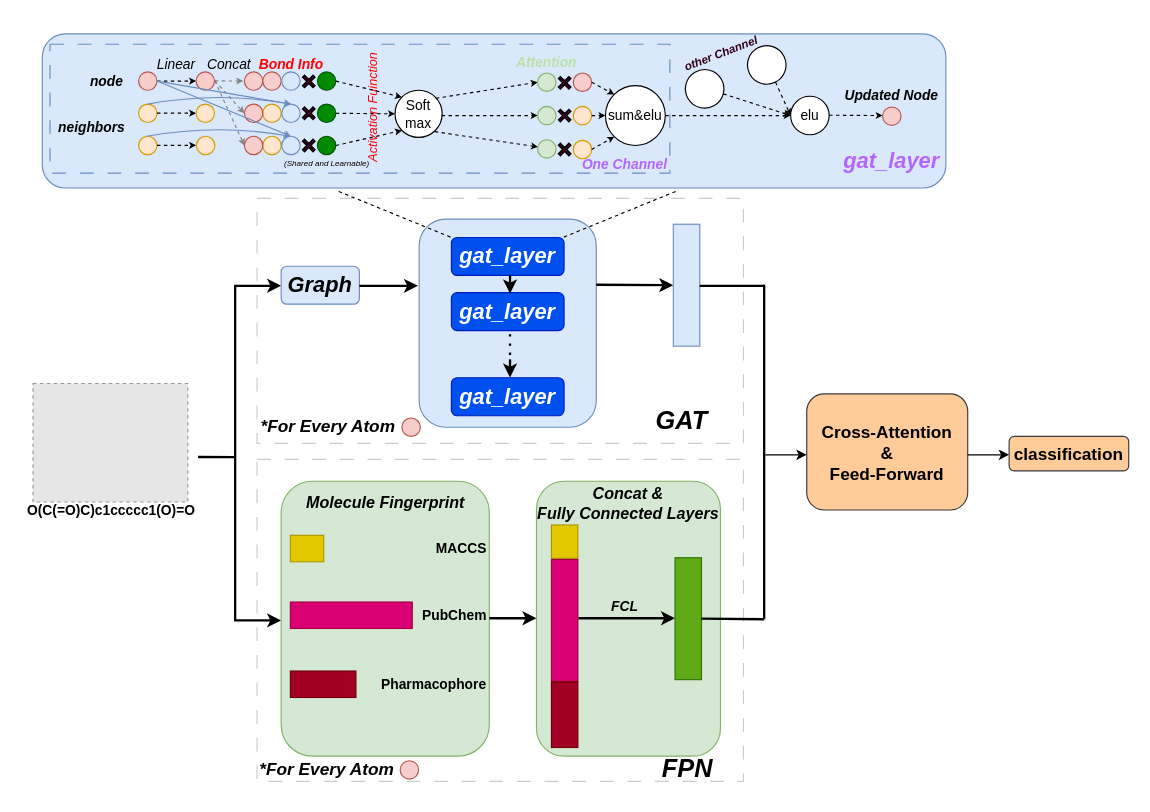
The draw.io diagram presentation/figure/pipeline.drawio in Github-Anderson/CS182-Project, before the edit. Source tidied: cells renumbered, new cells numbered last; positions are measured from the earlier drawing's top-left corner, leaving out a move shared by most shapes. Both pictures are drawn from the tidied source at 115%, with x=0, y=0 at pixel (18, 33). Pictures stored in the file or linked from it are replaced by grey dashed boxes.
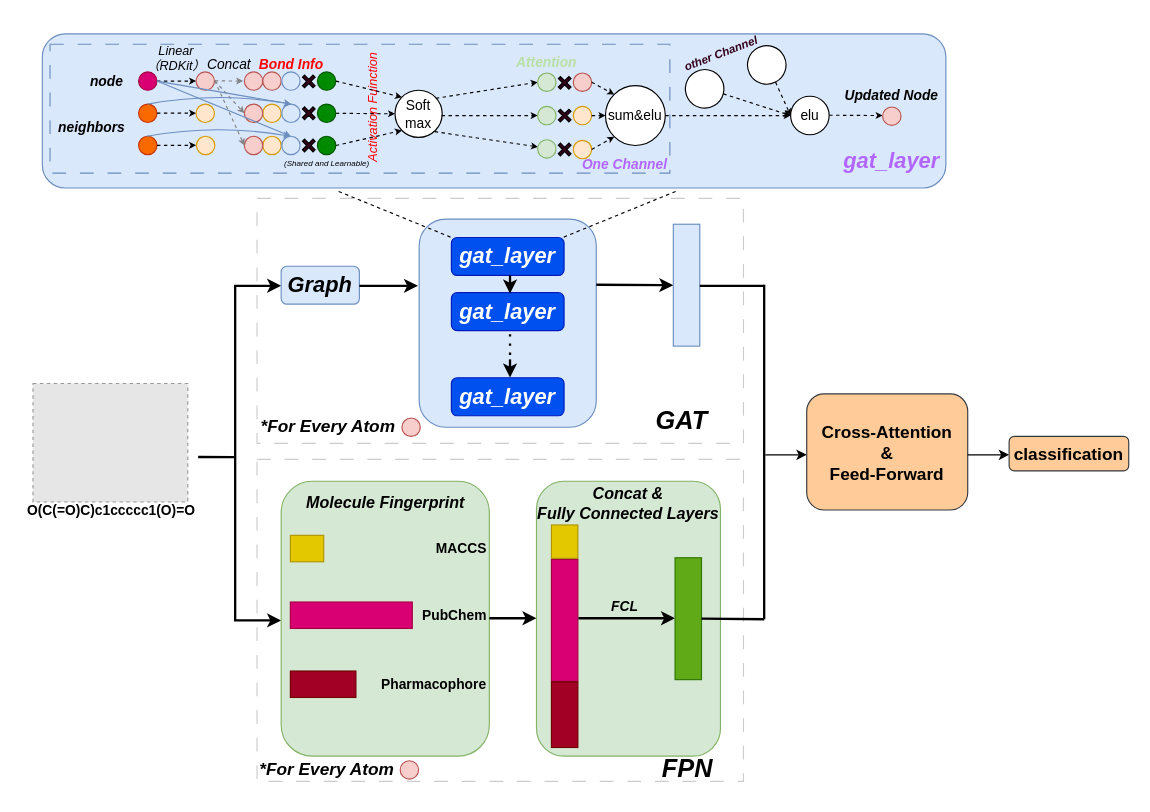
After the change.

Diff of the diagram source:
```diff
@@
-    <mxCell id="40" style="ellipse;whiteSpace=wrap;html=1;fillColor=#f8cecc;strokeColor=#b85450;" parent="1" vertex="1">
+    <mxCell id="40" style="ellipse;whiteSpace=wrap;html=1;fillColor=#d80073;strokeColor=#A50040;fontColor=#ffffff;" parent="1" vertex="1">
       <mxGeometry x="104" y="33" width="16" height="16" as="geometry" />
     </mxCell>
-    <mxCell id="41" style="ellipse;whiteSpace=wrap;html=1;fillColor=#ffe6cc;strokeColor=#d79b00;" parent="1" vertex="1">
+    <mxCell id="41" style="ellipse;whiteSpace=wrap;html=1;fillColor=#fa6800;strokeColor=#C73500;fontColor=#000000;" parent="1" vertex="1">
       <mxGeometry x="104" y="61" width="16" height="16" as="geometry" />
     </mxCell>
-    <mxCell id="42" style="ellipse;whiteSpace=wrap;html=1;fillColor=#ffe6cc;strokeColor=#d79b00;" parent="1" vertex="1">
+    <mxCell id="42" style="ellipse;whiteSpace=wrap;html=1;fillColor=#fa6800;strokeColor=#C73500;fontColor=#000000;" parent="1" vertex="1">
       <mxGeometry x="104" y="89" width="16" height="16" as="geometry" />
     </mxCell>
@@
-    <mxCell id="48" value="Linear" style="text;html=1;align=center;verticalAlign=middle;whiteSpace=wrap;rounded=0;fontStyle=2;" parent="1" vertex="1">
-      <mxGeometry x="107" y="18" width="60" height="18" as="geometry" />
+    <mxCell id="48" value="&lt;font style=&quot;font-size: 11px;&quot;&gt;Linear&lt;/font&gt;&lt;div style=&quot;font-size: 11px;&quot;&gt;&lt;font style=&quot;font-size: 11px;&quot;&gt;（RDKit）&lt;/font&gt;&lt;/div&gt;" style="text;html=1;align=center;verticalAlign=middle;whiteSpace=wrap;rounded=0;fontStyle=2;" parent="1" vertex="1">
+      <mxGeometry x="107" y="12" width="60" height="18" as="geometry" />
     </mxCell>
```
